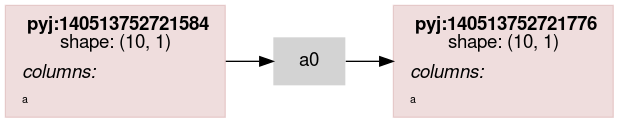
Before: scripts/rdflog/a0.ttl.dot.png, a diagram exported from Graphviz (asmirnov69/pyjviz-poc). Its source is kept beside it as scripts/rdflog/a0.ttl.dot.
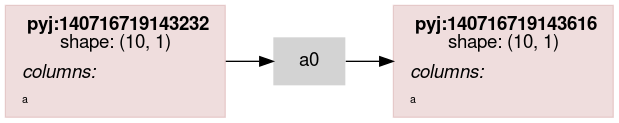
Later version of the same file.

What changed in the source:
```diff
@@ -14,7 +14,7 @@
                 color="#88000022"
                 shape = rect
                 label = <<table border="0" cellborder="0" cellspacing="0" cellpadding="4">
-                         <tr> <td> <b>pyj:140513752721584</b><br/>shape: (10, 1)</td> </tr>
+                         <tr> <td> <b>pyj:140716719143232</b><br/>shape: (10, 1)</td> </tr>
                          <tr> <td align="left"><i>columns:</i><br align="left"/></td></tr>
                 <tr><td align="left"><FONT POINT-SIZE="8px">a</FONT></td></tr>
                          </table>>
@@ -23,7 +23,7 @@
                 color="#88000022"
                 shape = rect
                 label = <<table border="0" cellborder="0" cellspacing="0" cellpadding="4">
-                         <tr> <td> <b>pyj:140513752721776</b><br/>shape: (10, 1)</td> </tr>
+                         <tr> <td> <b>pyj:140716719143616</b><br/>shape: (10, 1)</td> </tr>
                          <tr> <td align="left"><i>columns:</i><br align="left"/></td></tr>
                 <tr><td align="left"><FONT POINT-SIZE="8px">a</FONT></td></tr>
                          </table>>
```
